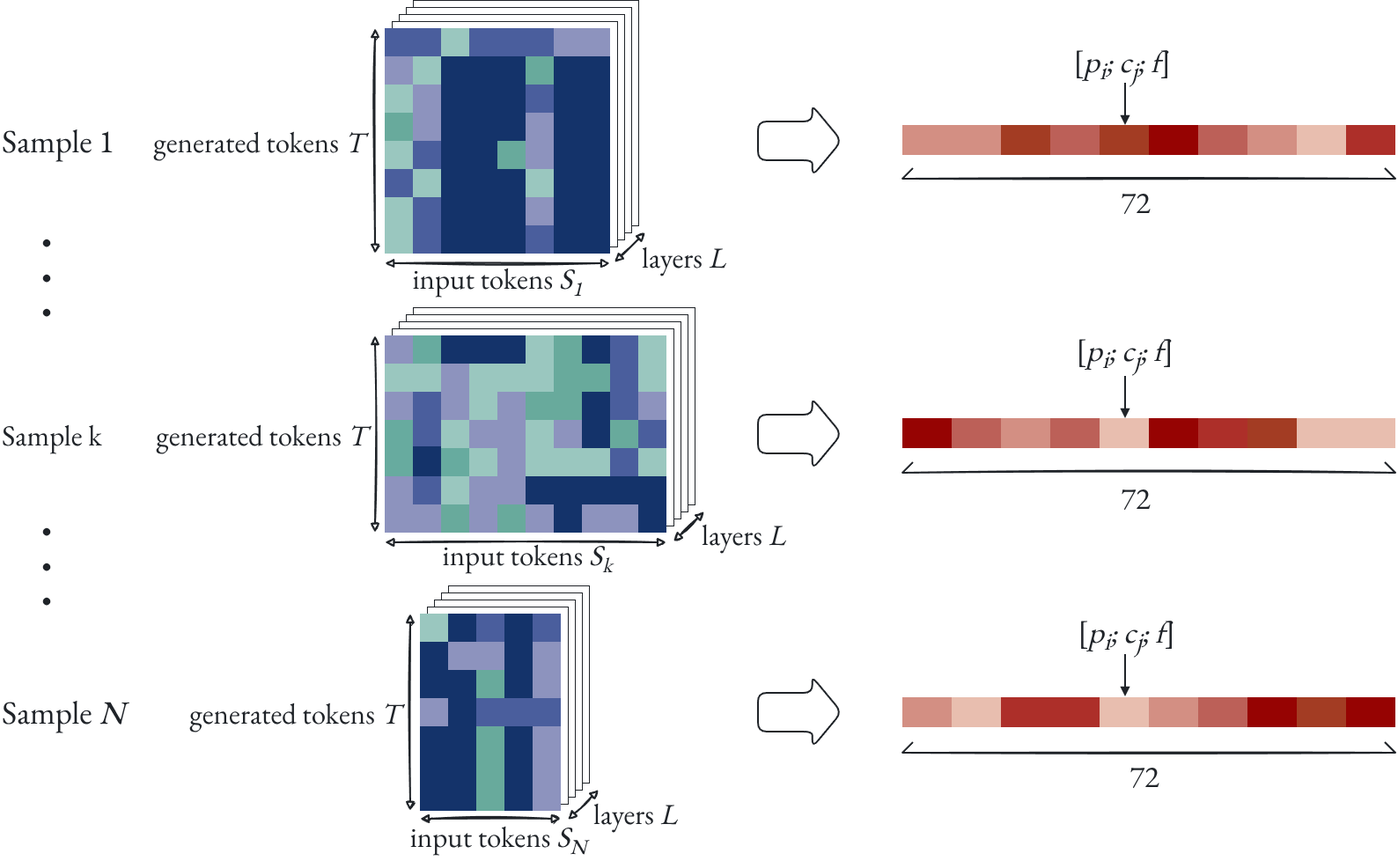
This is media/methodology_light.png from Lab-RoCoCo-Sapienza/metaphor-is-not-all-attention-needs, a draw.io export, as it was before one commit. Source tidied: cells renumbered, new cells last; positions are measured from the earlier drawing's top-left corner, leaving out a move shared by most shapes.
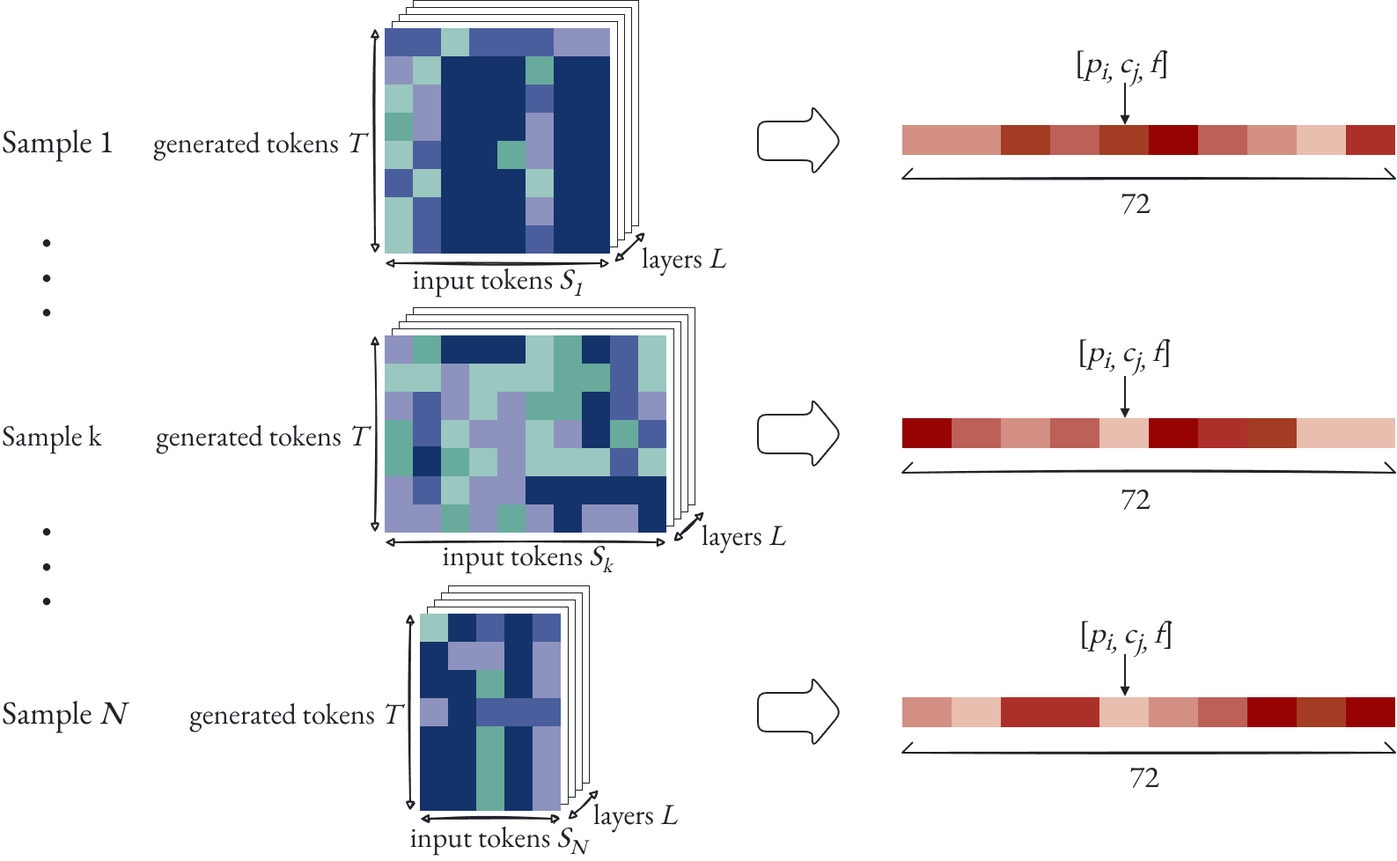
After the commit.

Diff of the diagram source:
```diff
@@ -278,7 +278,7 @@
     <mxCell id="90" style="rounded=0;whiteSpace=wrap;html=1;fillColor=#AD2F29;strokeColor=none;strokeWidth=1;fontFamily=EB Garamond;fontSource=https%3A%2F%2Ffonts.googleapis.com%2Fcss%3Ffamily%3DEB%2BGaramond;" parent="1" vertex="1">
       <mxGeometry x="1529" y="142" width="56" height="34" as="geometry" />
     </mxCell>
-    <mxCell id="91" value="[&lt;i&gt;p&lt;sub&gt;i&lt;/sub&gt;&lt;/i&gt;&lt;i&gt;;&amp;nbsp;&lt;/i&gt;&lt;i&gt;c&lt;sub&gt;j&lt;/sub&gt;&lt;/i&gt;&lt;i&gt;; f&lt;/i&gt;]" style="text;html=1;strokeColor=none;fillColor=none;align=center;verticalAlign=middle;whiteSpace=wrap;rounded=0;fontSize=35;fontStyle=0;fontFamily=EB Garamond;fontSource=https%3A%2F%2Ffonts.googleapis.com%2Fcss%3Ffamily%3DEB%2BGaramond;fontColor=#1F2328;" parent="1" vertex="1">
+    <mxCell id="91" value="[&lt;i&gt;p&lt;sub&gt;i,&lt;/sub&gt;&lt;/i&gt;&lt;i&gt;&amp;nbsp;&lt;/i&gt;&lt;i&gt;c&lt;sub&gt;j,&lt;/sub&gt;&lt;/i&gt;&lt;i&gt;&amp;nbsp;f&lt;/i&gt;]" style="text;html=1;strokeColor=none;fillColor=none;align=center;verticalAlign=middle;whiteSpace=wrap;rounded=0;fontSize=35;fontStyle=0;fontFamily=EB Garamond;fontSource=https%3A%2F%2Ffonts.googleapis.com%2Fcss%3Ffamily%3DEB%2BGaramond;fontColor=#1F2328;" parent="1" vertex="1">
       <mxGeometry x="1188" y="55" width="173" height="35" as="geometry" />
     </mxCell>
     <mxCell id="92" style="endArrow=none;startArrow=none;html=1;rounded=0;strokeColor=#1F2328;strokeWidth=2;fontFamily=EB Garamond;fontSource=https%3A%2F%2Ffonts.googleapis.com%2Fcss%3Ffamily%3DEB%2BGaramond;sketch=1;curveFitting=1;jiggle=2;" parent="1" edge="1">
@@ -785,10 +785,10 @@
     <mxCell id="247" value="72" style="text;html=1;strokeColor=none;fillColor=none;align=center;verticalAlign=middle;whiteSpace=wrap;rounded=0;fontSize=35;fontStyle=0;fontFamily=EB Garamond;fontSource=https%3A%2F%2Ffonts.googleapis.com%2Fcss%3Ffamily%3DEB%2BGaramond;fontColor=#1F2328;" parent="1" vertex="1">
       <mxGeometry x="1095" y="867" width="410" height="30" as="geometry" />
     </mxCell>
-    <mxCell id="248" value="[&lt;i&gt;p&lt;sub&gt;i&lt;/sub&gt;&lt;/i&gt;&lt;i&gt;;&amp;nbsp;&lt;/i&gt;&lt;i&gt;c&lt;sub&gt;j&lt;/sub&gt;&lt;/i&gt;&lt;i&gt;; f&lt;/i&gt;]" style="text;html=1;strokeColor=none;fillColor=none;align=center;verticalAlign=middle;whiteSpace=wrap;rounded=0;fontSize=35;fontStyle=0;fontFamily=EB Garamond;fontSource=https%3A%2F%2Ffonts.googleapis.com%2Fcss%3Ffamily%3DEB%2BGaramond;fontColor=#1F2328;" parent="1" vertex="1">
+    <mxCell id="248" value="[&lt;i&gt;p&lt;sub&gt;i,&lt;/sub&gt;&lt;/i&gt;&lt;i&gt;&amp;nbsp;&lt;/i&gt;&lt;i&gt;c&lt;sub&gt;j,&lt;/sub&gt;&lt;/i&gt;&lt;i&gt;&amp;nbsp;f&lt;/i&gt;]" style="text;html=1;strokeColor=none;fillColor=none;align=center;verticalAlign=middle;whiteSpace=wrap;rounded=0;fontSize=35;fontStyle=0;fontFamily=EB Garamond;fontSource=https%3A%2F%2Ffonts.googleapis.com%2Fcss%3Ffamily%3DEB%2BGaramond;fontColor=#1F2328;" parent="1" vertex="1">
       <mxGeometry x="1190.5" y="383" width="173" height="35" as="geometry" />
     </mxCell>
-    <mxCell id="249" value="[&lt;i&gt;p&lt;sub&gt;i&lt;/sub&gt;&lt;/i&gt;&lt;i&gt;;&amp;nbsp;&lt;/i&gt;&lt;i&gt;c&lt;sub&gt;j&lt;/sub&gt;&lt;/i&gt;&lt;i&gt;; f&lt;/i&gt;]" style="text;html=1;strokeColor=none;fillColor=none;align=center;verticalAlign=middle;whiteSpace=wrap;rounded=0;fontSize=35;fontStyle=0;fontFamily=EB Garamond;fontSource=https%3A%2F%2Ffonts.googleapis.com%2Fcss%3Ffamily%3DEB%2BGaramond;fontColor=#1F2328;" parent="1" vertex="1">
+    <mxCell id="249" value="[&lt;i&gt;p&lt;sub&gt;i,&lt;/sub&gt;&lt;/i&gt;&lt;i&gt;&amp;nbsp;&lt;/i&gt;&lt;i&gt;c&lt;sub&gt;j,&lt;/sub&gt;&lt;/i&gt;&lt;i&gt;&amp;nbsp;f&lt;/i&gt;]" style="text;html=1;strokeColor=none;fillColor=none;align=center;verticalAlign=middle;whiteSpace=wrap;rounded=0;fontSize=35;fontStyle=0;fontFamily=EB Garamond;fontSource=https%3A%2F%2Ffonts.googleapis.com%2Fcss%3Ffamily%3DEB%2BGaramond;fontColor=#1F2328;" parent="1" vertex="1">
       <mxGeometry x="1193" y="703" width="173" height="35" as="geometry" />
     </mxCell>
     <mxCell id="250" style="endArrow=block;startArrow=none;html=1;rounded=0;strokeColor=#1F2328;strokeWidth=2;fontFamily=EB Garamond;fontSource=https%3A%2F%2Ffonts.googleapis.com%2Fcss%3Ffamily%3DEB%2BGaramond;" parent="1" edge="1">
```
